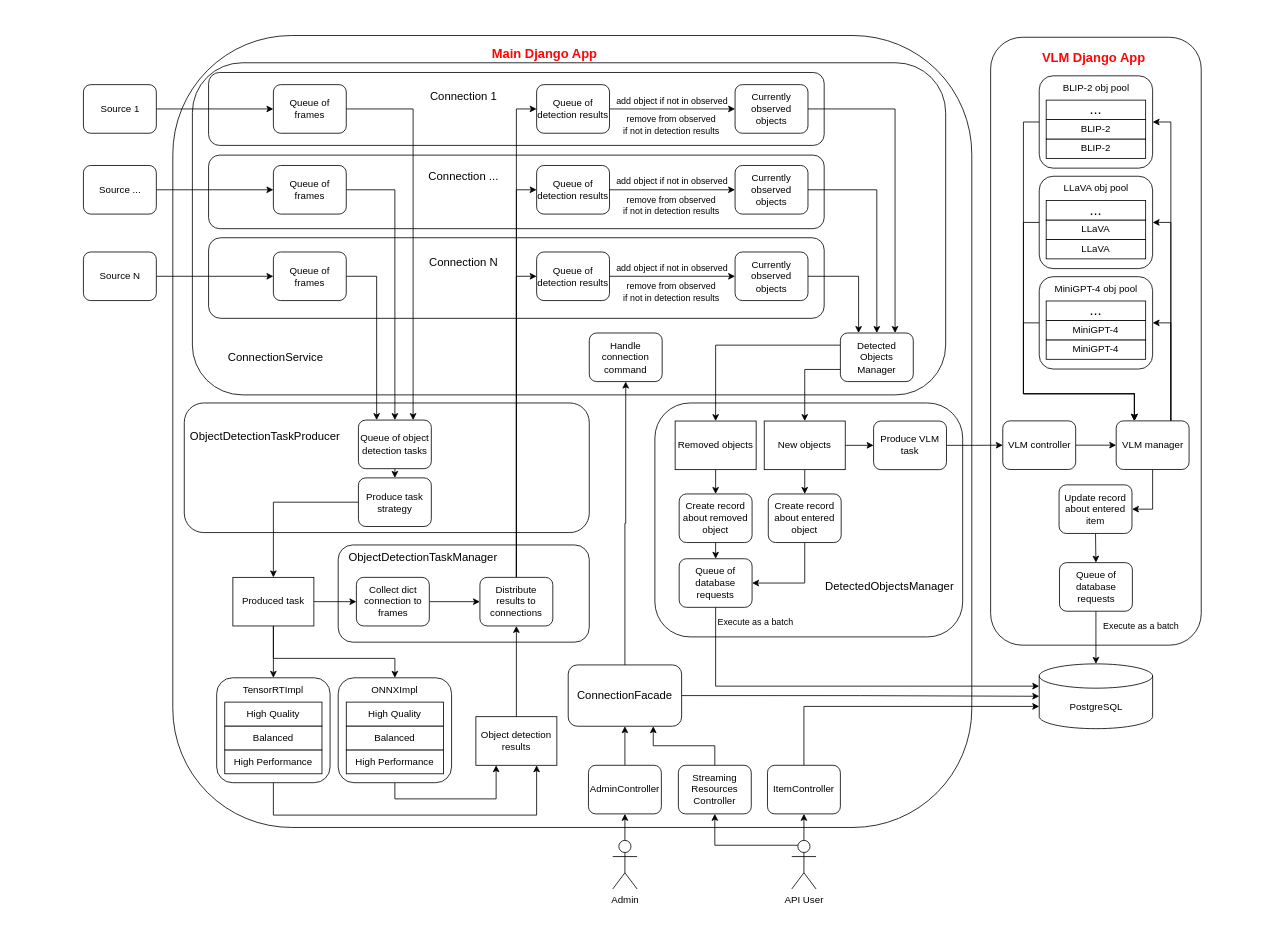
The draw.io diagram Диаграмма без названия.drawio in BaronVice/schemas, before the edit. Source tidied: cells renumbered, new cells numbered last; positions are measured from the earlier drawing's top-left corner, leaving out a move shared by most shapes. Both pictures are drawn from the tidied source at 81%, with x=0, y=0 at pixel (83, 32).
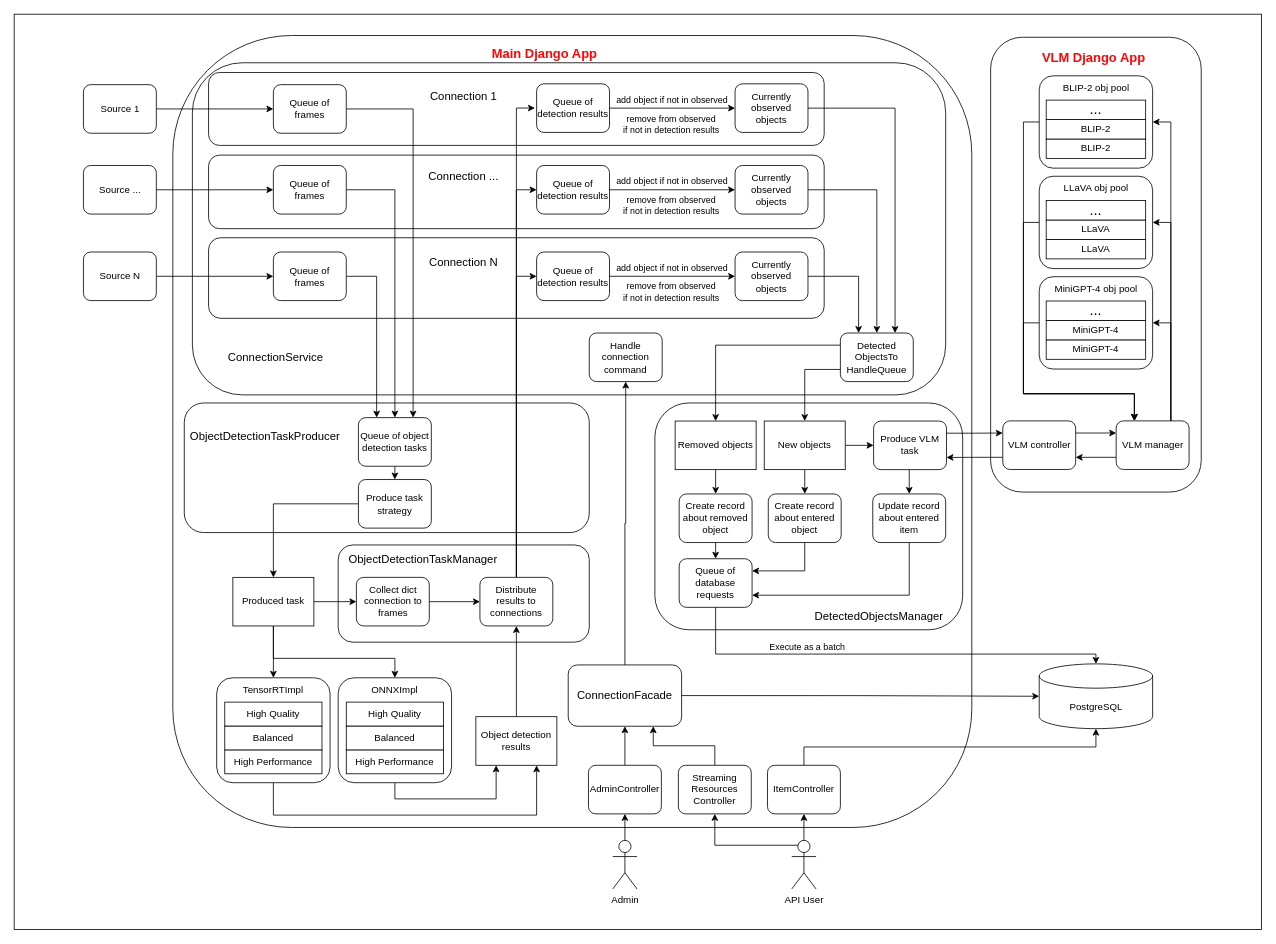
The same page after the edit.

Unchanged cells that the change refers to:
```xml
<mxCell id="20" value="PostgreSQL" style="shape=cylinder3;whiteSpace=wrap;html=1;boundedLbl=1;backgroundOutline=1;size=15;" parent="1" vertex="1">
  <mxGeometry x="1179.5" y="780.1" width="140" height="80" as="geometry" />
</mxCell>
<mxCell id="23" value="VLM controller" style="rounded=1;whiteSpace=wrap;html=1;" parent="1" vertex="1">
  <mxGeometry x="1134.5" y="480.1" width="90" height="60" as="geometry" />
</mxCell>
<mxCell id="28" value="VLM manager" style="rounded=1;whiteSpace=wrap;html=1;" parent="1" vertex="1">
  <mxGeometry x="1274.5" y="480.1" width="90" height="60" as="geometry" />
</mxCell>
<mxCell id="76" value="Distribute results to connections" style="rounded=1;whiteSpace=wrap;html=1;" parent="1" vertex="1">
  <mxGeometry x="489" y="673.3" width="90" height="60" as="geometry" />
</mxCell>
<mxCell id="84" value="Produced task" style="rounded=0;whiteSpace=wrap;html=1;" parent="1" vertex="1">
  <mxGeometry x="184" y="673.3" width="100" height="60" as="geometry" />
</mxCell>
<mxCell id="104" value="Queue of database requests" style="rounded=1;whiteSpace=wrap;html=1;" parent="1" vertex="1">
  <mxGeometry x="735" y="650.3" width="90" height="60" as="geometry" />
</mxCell>
<mxCell id="108" value="Create record about entered object" style="rounded=1;whiteSpace=wrap;html=1;" parent="1" vertex="1">
  <mxGeometry x="845" y="570.3" width="90" height="60" as="geometry" />
</mxCell>
<mxCell id="124" value="Produce VLM task" style="rounded=1;whiteSpace=wrap;html=1;" parent="1" vertex="1">
  <mxGeometry x="975" y="480.3" width="90" height="60" as="geometry" />
</mxCell>
<mxCell id="129" value="ItemController" style="rounded=1;whiteSpace=wrap;html=1;" parent="1" vertex="1">
  <mxGeometry x="844" y="905.3" width="90" height="60" as="geometry" />
</mxCell>
```

What changed in the source:
```diff
@@
+    <mxCell id="141" style="rounded=0;whiteSpace=wrap;html=1;" parent="1" vertex="1">
+      <mxGeometry x="-86" y="-22" width="1540" height="1130" as="geometry" />
+    </mxCell>
@@
     <mxCell id="5" value="Queue of object detection tasks" style="rounded=1;whiteSpace=wrap;html=1;" parent="1" vertex="1">
-      <mxGeometry x="339" y="479.1" width="90" height="60" as="geometry" />
+      <mxGeometry x="339" y="476.1" width="90" height="60" as="geometry" />
     </mxCell>
@@
     <mxCell id="7" style="rounded=1;whiteSpace=wrap;html=1;" parent="1" vertex="1">
-      <mxGeometry x="705" y="458" width="380" height="288.8" as="geometry" />
+      <mxGeometry x="705" y="458" width="380" height="280" as="geometry" />
     </mxCell>
@@
     <mxCell id="21" style="rounded=1;whiteSpace=wrap;html=1;" parent="1" vertex="1">
-      <mxGeometry x="1119.5" y="6.5" width="260" height="750.5" as="geometry" />
+      <mxGeometry x="1119.5" y="6.5" width="260" height="561.5" as="geometry" />
     </mxCell>
-    <mxCell id="22" style="edgeStyle=orthogonalEdgeStyle;rounded=0;jettySize=auto;html=1;exitX=1;exitY=0.5;exitDx=0;exitDy=0;entryX=0;entryY=0.5;entryDx=0;entryDy=0;" parent="1" edge="1" source="23" target="28">
+    <mxCell id="22" style="edgeStyle=orthogonalEdgeStyle;rounded=0;jettySize=auto;html=1;exitX=1;exitY=0.25;exitDx=0;exitDy=0;entryX=0;entryY=0.25;entryDx=0;entryDy=0;" parent="1" edge="1" source="23" target="28">
       <mxGeometry relative="1" as="geometry" />
     </mxCell>
+    <mxCell id="142" style="edgeStyle=orthogonalEdgeStyle;rounded=0;jettySize=auto;html=1;exitX=0;exitY=0.75;exitDx=0;exitDy=0;entryX=1;entryY=0.75;entryDx=0;entryDy=0;" parent="1" edge="1" source="23" target="124">
+      <mxGeometry relative="1" as="geometry" />
+    </mxCell>
@@
-    <mxCell id="24" style="edgeStyle=orthogonalEdgeStyle;rounded=0;jettySize=auto;html=1;exitX=0.5;exitY=1;exitDx=0;exitDy=0;entryX=1;entryY=0.5;entryDx=0;entryDy=0;" parent="1" edge="1" source="28" target="36">
-      <mxGeometry relative="1" as="geometry" />
-    </mxCell>
@@
+    <mxCell id="143" style="edgeStyle=orthogonalEdgeStyle;rounded=0;jettySize=auto;html=1;exitX=0;exitY=0.75;exitDx=0;exitDy=0;entryX=1;entryY=0.75;entryDx=0;entryDy=0;" parent="1" edge="1" source="28" target="23">
+      <mxGeometry relative="1" as="geometry" />
+    </mxCell>
@@
-    <mxCell id="35" style="edgeStyle=orthogonalEdgeStyle;rounded=0;jettySize=auto;html=1;exitX=0.5;exitY=1;exitDx=0;exitDy=0;entryX=0.5;entryY=0;entryDx=0;entryDy=0;" parent="1" edge="1" source="36" target="37">
-      <mxGeometry relative="1" as="geometry" />
-    </mxCell>
-    <mxCell id="36" value="Update record about entered item" style="rounded=1;whiteSpace=wrap;html=1;" parent="1" vertex="1">
-      <mxGeometry x="1204" y="559.1" width="90" height="60" as="geometry" />
-    </mxCell>
-    <mxCell id="37" value="Queue of database requests" style="rounded=1;whiteSpace=wrap;html=1;" parent="1" vertex="1">
-      <mxGeometry x="1204.5" y="655.1" width="90" height="60" as="geometry" />
-    </mxCell>
@@
     <mxCell id="46" value="&lt;font style=&quot;font-size: 14px;&quot;&gt;DetectedObjectsManager&lt;/font&gt;" style="text;html=1;align=center;verticalAlign=middle;whiteSpace=wrap;rounded=0;" parent="1" vertex="1">
-      <mxGeometry x="925" y="664.8" width="140" height="41" as="geometry" />
+      <mxGeometry x="912" y="701.8" width="140" height="41" as="geometry" />
     </mxCell>
@@
     <mxCell id="54" value="Queue of detection results" style="rounded=1;whiteSpace=wrap;html=1;" parent="1" vertex="1">
-      <mxGeometry x="559" y="65" width="90" height="60" as="geometry" />
+      <mxGeometry x="559" y="64" width="90" height="60" as="geometry" />
     </mxCell>
@@
     <mxCell id="72" value="&lt;div&gt;&lt;font style=&quot;font-size: 14px;&quot;&gt;ObjectDetectionTaskManager&lt;/font&gt;&lt;/div&gt;" style="text;html=1;align=center;verticalAlign=middle;whiteSpace=wrap;rounded=0;" parent="1" vertex="1">
-      <mxGeometry x="314" y="633.3" width="210" height="30" as="geometry" />
+      <mxGeometry x="314" y="636.3" width="210" height="30" as="geometry" />
     </mxCell>
@@
-    <mxCell id="75" style="edgeStyle=orthogonalEdgeStyle;rounded=0;jettySize=auto;html=1;exitX=0.5;exitY=0;exitDx=0;exitDy=0;entryX=0;entryY=0.5;entryDx=0;entryDy=0;" parent="1" edge="1" source="76" target="54">
-      <mxGeometry relative="1" as="geometry" />
-    </mxCell>
+    <mxCell id="144" style="edgeStyle=orthogonalEdgeStyle;rounded=0;orthogonalLoop=1;jettySize=auto;html=1;exitX=0.5;exitY=0;exitDx=0;exitDy=0;entryX=-0.023;entryY=0.498;entryDx=0;entryDy=0;entryPerimeter=0;" parent="1" edge="1">
+      <mxGeometry relative="1" as="geometry">
+        <mxPoint x="534" y="673.3" as="sourcePoint" />
+        <mxPoint x="556.9" y="93.9" as="targetPoint" />
+        <Array as="points">
+          <mxPoint x="534" y="94" />
+        </Array>
+      </mxGeometry>
+    </mxCell>
@@
     <mxCell id="77" style="edgeStyle=orthogonalEdgeStyle;rounded=0;jettySize=auto;html=1;exitX=0;exitY=0.5;exitDx=0;exitDy=0;entryX=0.5;entryY=0;entryDx=0;entryDy=0;" parent="1" edge="1" source="78" target="84">
       <mxGeometry relative="1" as="geometry">
         <Array as="points">
-          <mxPoint x="234" y="580.5" />
+          <mxPoint x="234" y="583" />
         </Array>
       </mxGeometry>
     </mxCell>
     <mxCell id="78" value="Produce task strategy" style="rounded=1;whiteSpace=wrap;html=1;" parent="1" vertex="1">
-      <mxGeometry x="339" y="550.5" width="90" height="60" as="geometry" />
+      <mxGeometry x="339" y="552.5" width="90" height="60" as="geometry" />
     </mxCell>
@@
     <mxCell id="88" value="Currently observed objects" style="rounded=1;whiteSpace=wrap;html=1;" parent="1" vertex="1">
-      <mxGeometry x="804" y="65" width="90" height="60" as="geometry" />
+      <mxGeometry x="804" y="64" width="90" height="60" as="geometry" />
     </mxCell>
@@
-    <mxCell id="107" style="edgeStyle=orthogonalEdgeStyle;rounded=0;jettySize=auto;html=1;exitX=0.5;exitY=1;exitDx=0;exitDy=0;entryX=1;entryY=0.5;entryDx=0;entryDy=0;" parent="1" edge="1" source="108" target="104">
+    <mxCell id="107" style="edgeStyle=orthogonalEdgeStyle;rounded=0;jettySize=auto;html=1;exitX=0.5;exitY=1;exitDx=0;exitDy=0;entryX=1;entryY=0.25;entryDx=0;entryDy=0;" parent="1" edge="1" source="108" target="104">
       <mxGeometry relative="1" as="geometry" />
     </mxCell>
@@
-    <mxCell id="109" style="edgeStyle=orthogonalEdgeStyle;rounded=0;jettySize=auto;html=1;exitX=0.5;exitY=1;exitDx=0;exitDy=0;entryX=0;entryY=0;entryDx=0;entryDy=27.5;entryPerimeter=0;" parent="1" edge="1" source="104" target="20">
+    <mxCell id="109" style="edgeStyle=orthogonalEdgeStyle;rounded=0;jettySize=auto;html=1;exitX=0.5;exitY=1;exitDx=0;exitDy=0;entryX=0.5;entryY=0;entryDx=0;entryDy=0;entryPerimeter=0;" parent="1" edge="1" source="104" target="20">
       <mxGeometry relative="1" as="geometry">
         <Array as="points">
-          <mxPoint x="780" y="808" />
+          <mxPoint x="780" y="768" />
+          <mxPoint x="1250" y="768" />
         </Array>
       </mxGeometry>
     </mxCell>
     <mxCell id="110" value="Execute as a batch" style="edgeLabel;html=1;align=center;verticalAlign=middle;" parent="109" vertex="1">
       <mxGeometry x="-0.17" relative="1" as="geometry">
-        <mxPoint x="-60" y="-80" as="offset" />
+        <mxPoint x="-54" y="-9" as="offset" />
       </mxGeometry>
     </mxCell>
@@
-    <mxCell id="123" style="edgeStyle=orthogonalEdgeStyle;rounded=0;jettySize=auto;html=1;exitX=1;exitY=0.5;exitDx=0;exitDy=0;entryX=0;entryY=0.5;entryDx=0;entryDy=0;" parent="1" edge="1" source="124" target="23">
+    <mxCell id="123" style="edgeStyle=orthogonalEdgeStyle;rounded=0;jettySize=auto;html=1;exitX=1;exitY=0.25;exitDx=0;exitDy=0;entryX=0;entryY=0.25;entryDx=0;entryDy=0;" parent="1" edge="1" source="124" target="23">
       <mxGeometry relative="1" as="geometry" />
     </mxCell>
+    <mxCell id="145" style="edgeStyle=orthogonalEdgeStyle;rounded=0;jettySize=auto;html=1;exitX=0.5;exitY=1;exitDx=0;exitDy=0;entryX=0.5;entryY=0;entryDx=0;entryDy=0;" parent="1" edge="1" source="124" target="36">
+      <mxGeometry relative="1" as="geometry" />
+    </mxCell>
@@
-    <mxCell id="125" style="edgeStyle=orthogonalEdgeStyle;rounded=0;jettySize=auto;html=1;exitX=0.5;exitY=1;exitDx=0;exitDy=0;entryX=0.5;entryY=0;entryDx=0;entryDy=0;entryPerimeter=0;" parent="1" edge="1" source="37" target="20">
-      <mxGeometry relative="1" as="geometry" />
-    </mxCell>
-    <mxCell id="126" value="Execute as a batch" style="edgeLabel;html=1;align=center;verticalAlign=middle;" parent="125" vertex="1">
-      <mxGeometry x="-0.89" y="8" relative="1" as="geometry">
-        <mxPoint x="47" y="13" as="offset" />
-      </mxGeometry>
-    </mxCell>
@@
-    <mxCell id="130" style="edgeStyle=orthogonalEdgeStyle;rounded=0;jettySize=auto;html=1;exitX=0.5;exitY=0;exitDx=0;exitDy=0;entryX=0;entryY=0;entryDx=0;entryDy=52.5;entryPerimeter=0;" parent="1" edge="1" source="129" target="20">
+    <mxCell id="130" style="edgeStyle=orthogonalEdgeStyle;rounded=0;jettySize=auto;html=1;exitX=0.5;exitY=0;exitDx=0;exitDy=0;entryX=0.5;entryY=1;entryDx=0;entryDy=0;entryPerimeter=0;" parent="1" edge="1" source="129" target="20">
       <mxGeometry relative="1" as="geometry" />
     </mxCell>
@@
-    <mxCell id="140" value="&lt;div&gt;Detected&lt;/div&gt;&lt;div&gt;Objects&lt;/div&gt;&lt;div&gt;Manager&lt;/div&gt;" style="rounded=1;whiteSpace=wrap;html=1;" parent="1" vertex="1">
+    <mxCell id="140" value="&lt;div&gt;Detected&lt;/div&gt;&lt;div&gt;ObjectsTo&lt;/div&gt;&lt;div&gt;HandleQueue&lt;/div&gt;" style="rounded=1;whiteSpace=wrap;html=1;" parent="1" vertex="1">
       <mxGeometry x="934" y="371.6" width="90" height="60" as="geometry" />
     </mxCell>
+    <mxCell id="146" style="edgeStyle=orthogonalEdgeStyle;rounded=0;jettySize=auto;html=1;exitX=0.5;exitY=1;exitDx=0;exitDy=0;entryX=1;entryY=0.75;entryDx=0;entryDy=0;" parent="1" edge="1" source="36" target="104">
+      <mxGeometry relative="1" as="geometry" />
+    </mxCell>
+    <mxCell id="36" value="Update record about entered item" style="rounded=1;whiteSpace=wrap;html=1;" parent="1" vertex="1">
+      <mxGeometry x="974" y="570.3" width="90" height="60" as="geometry" />
+    </mxCell>
```
